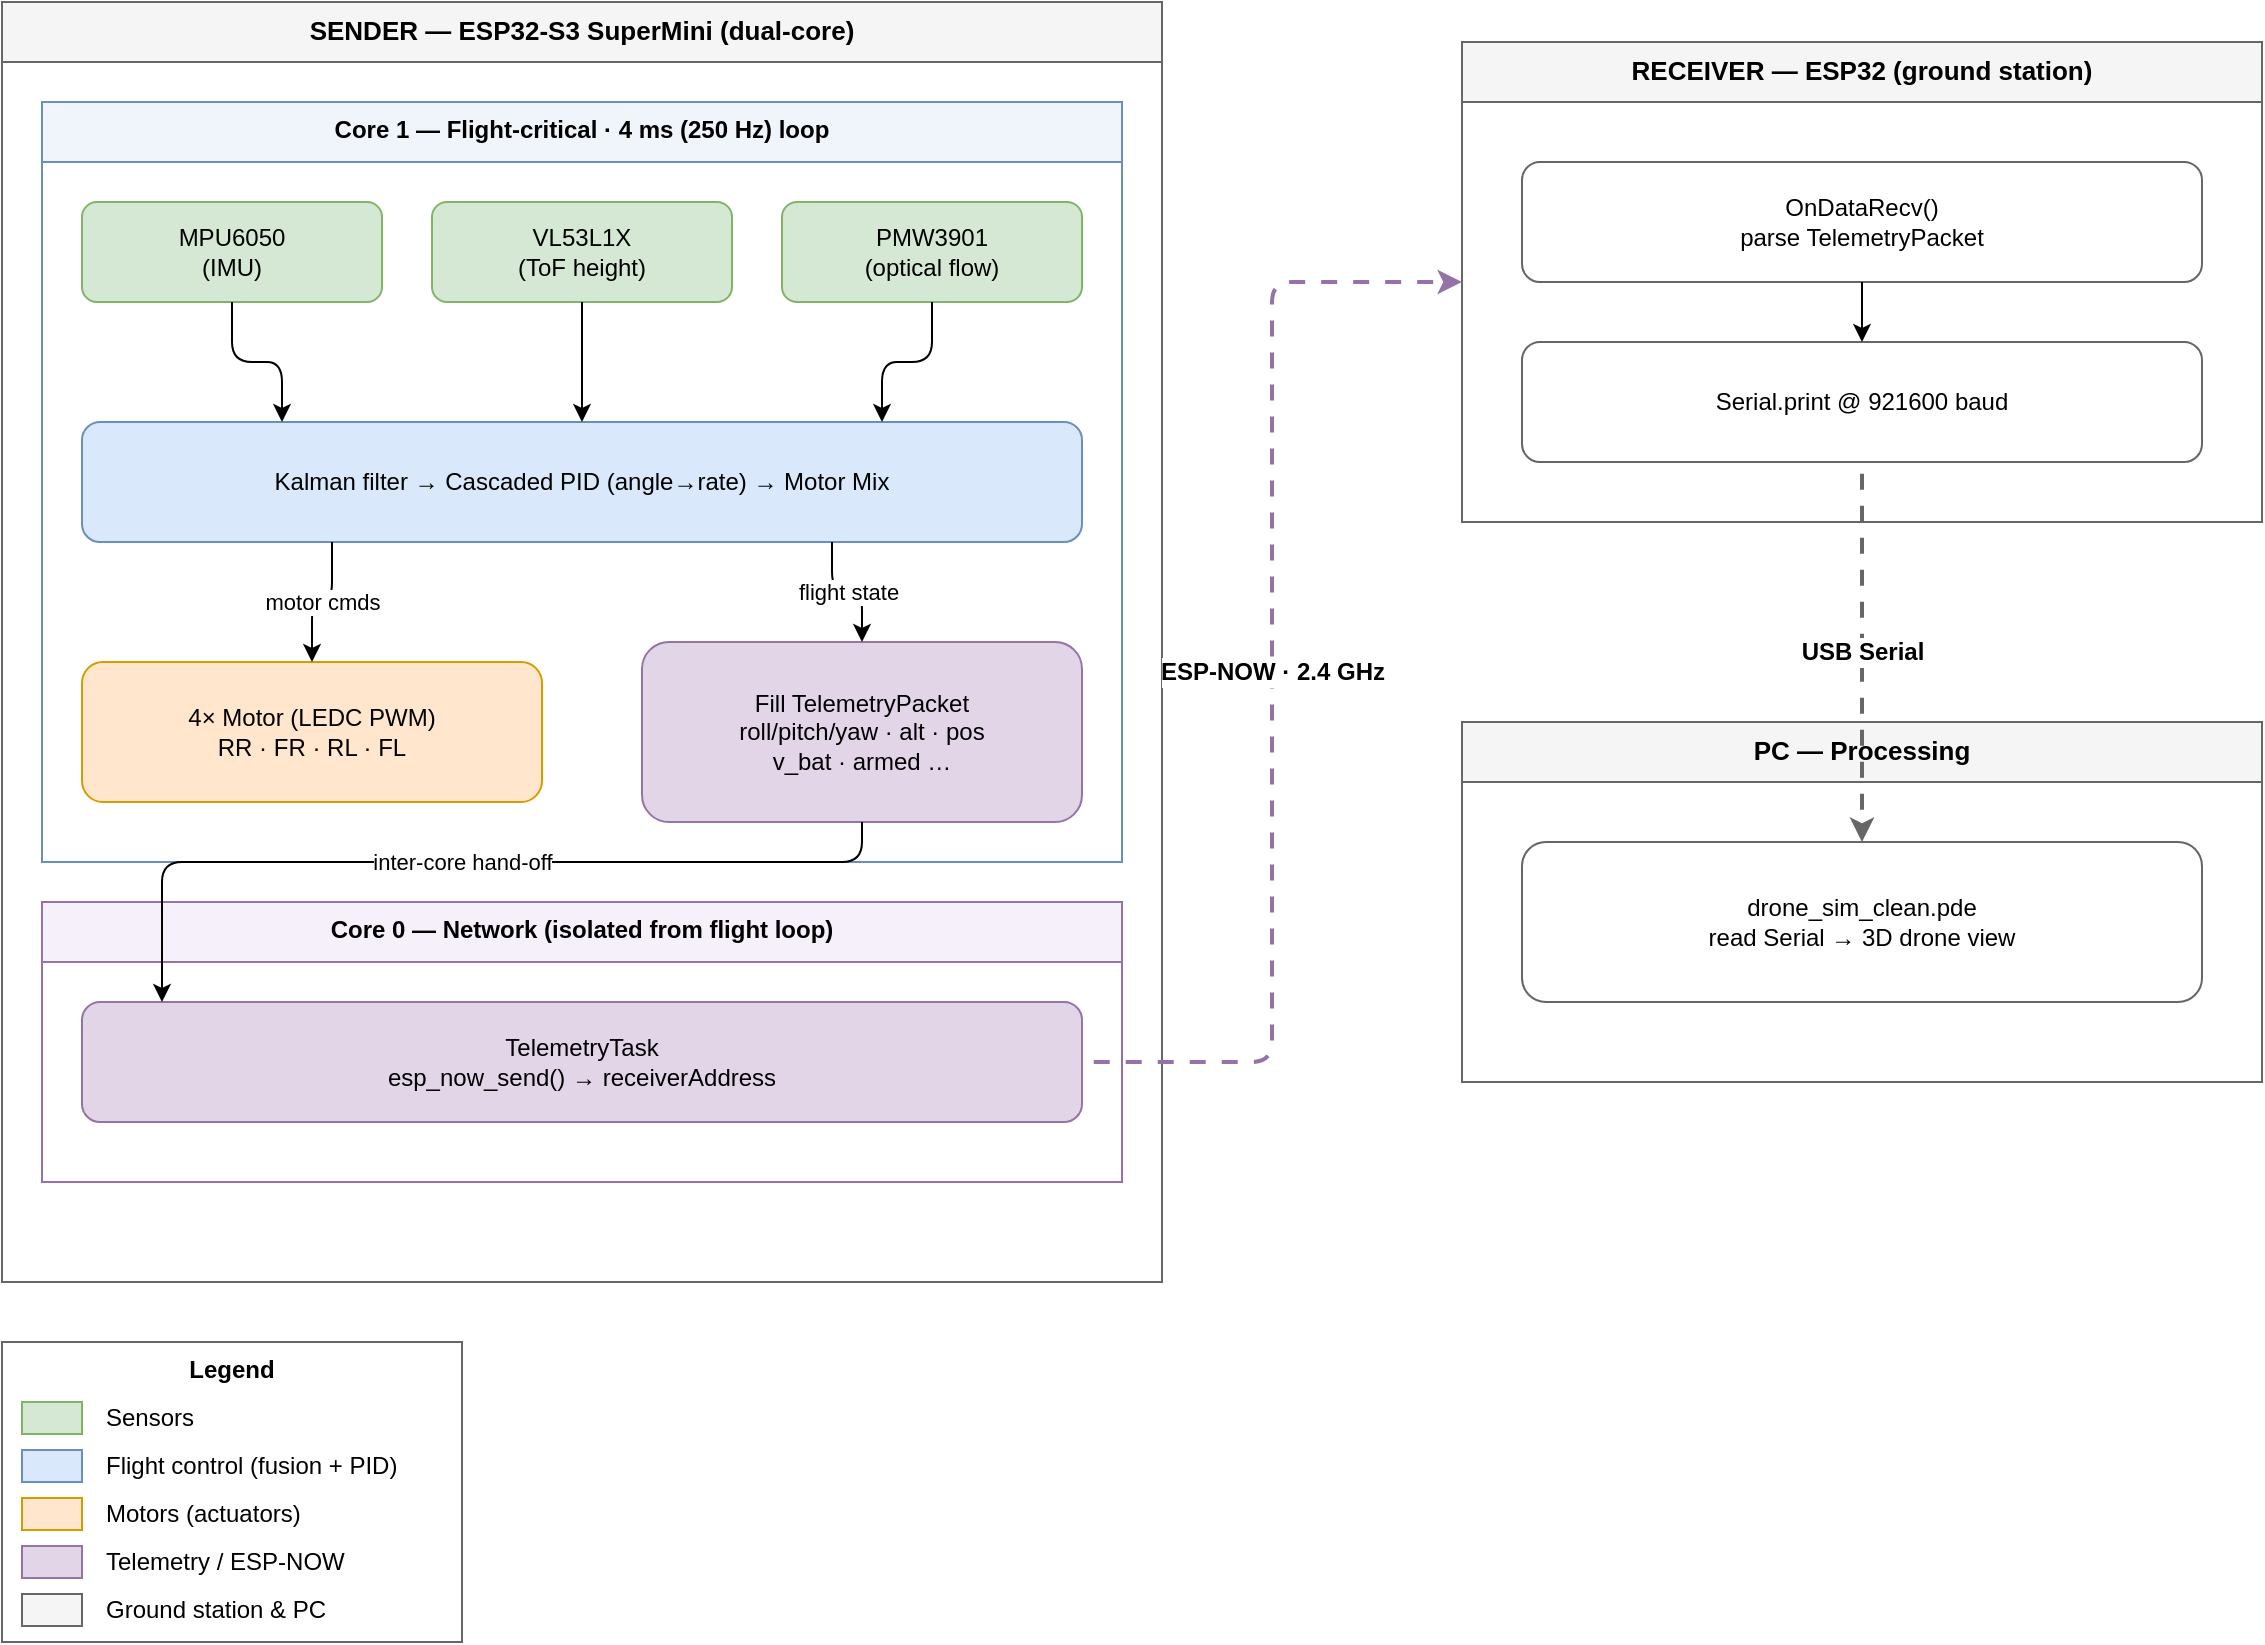
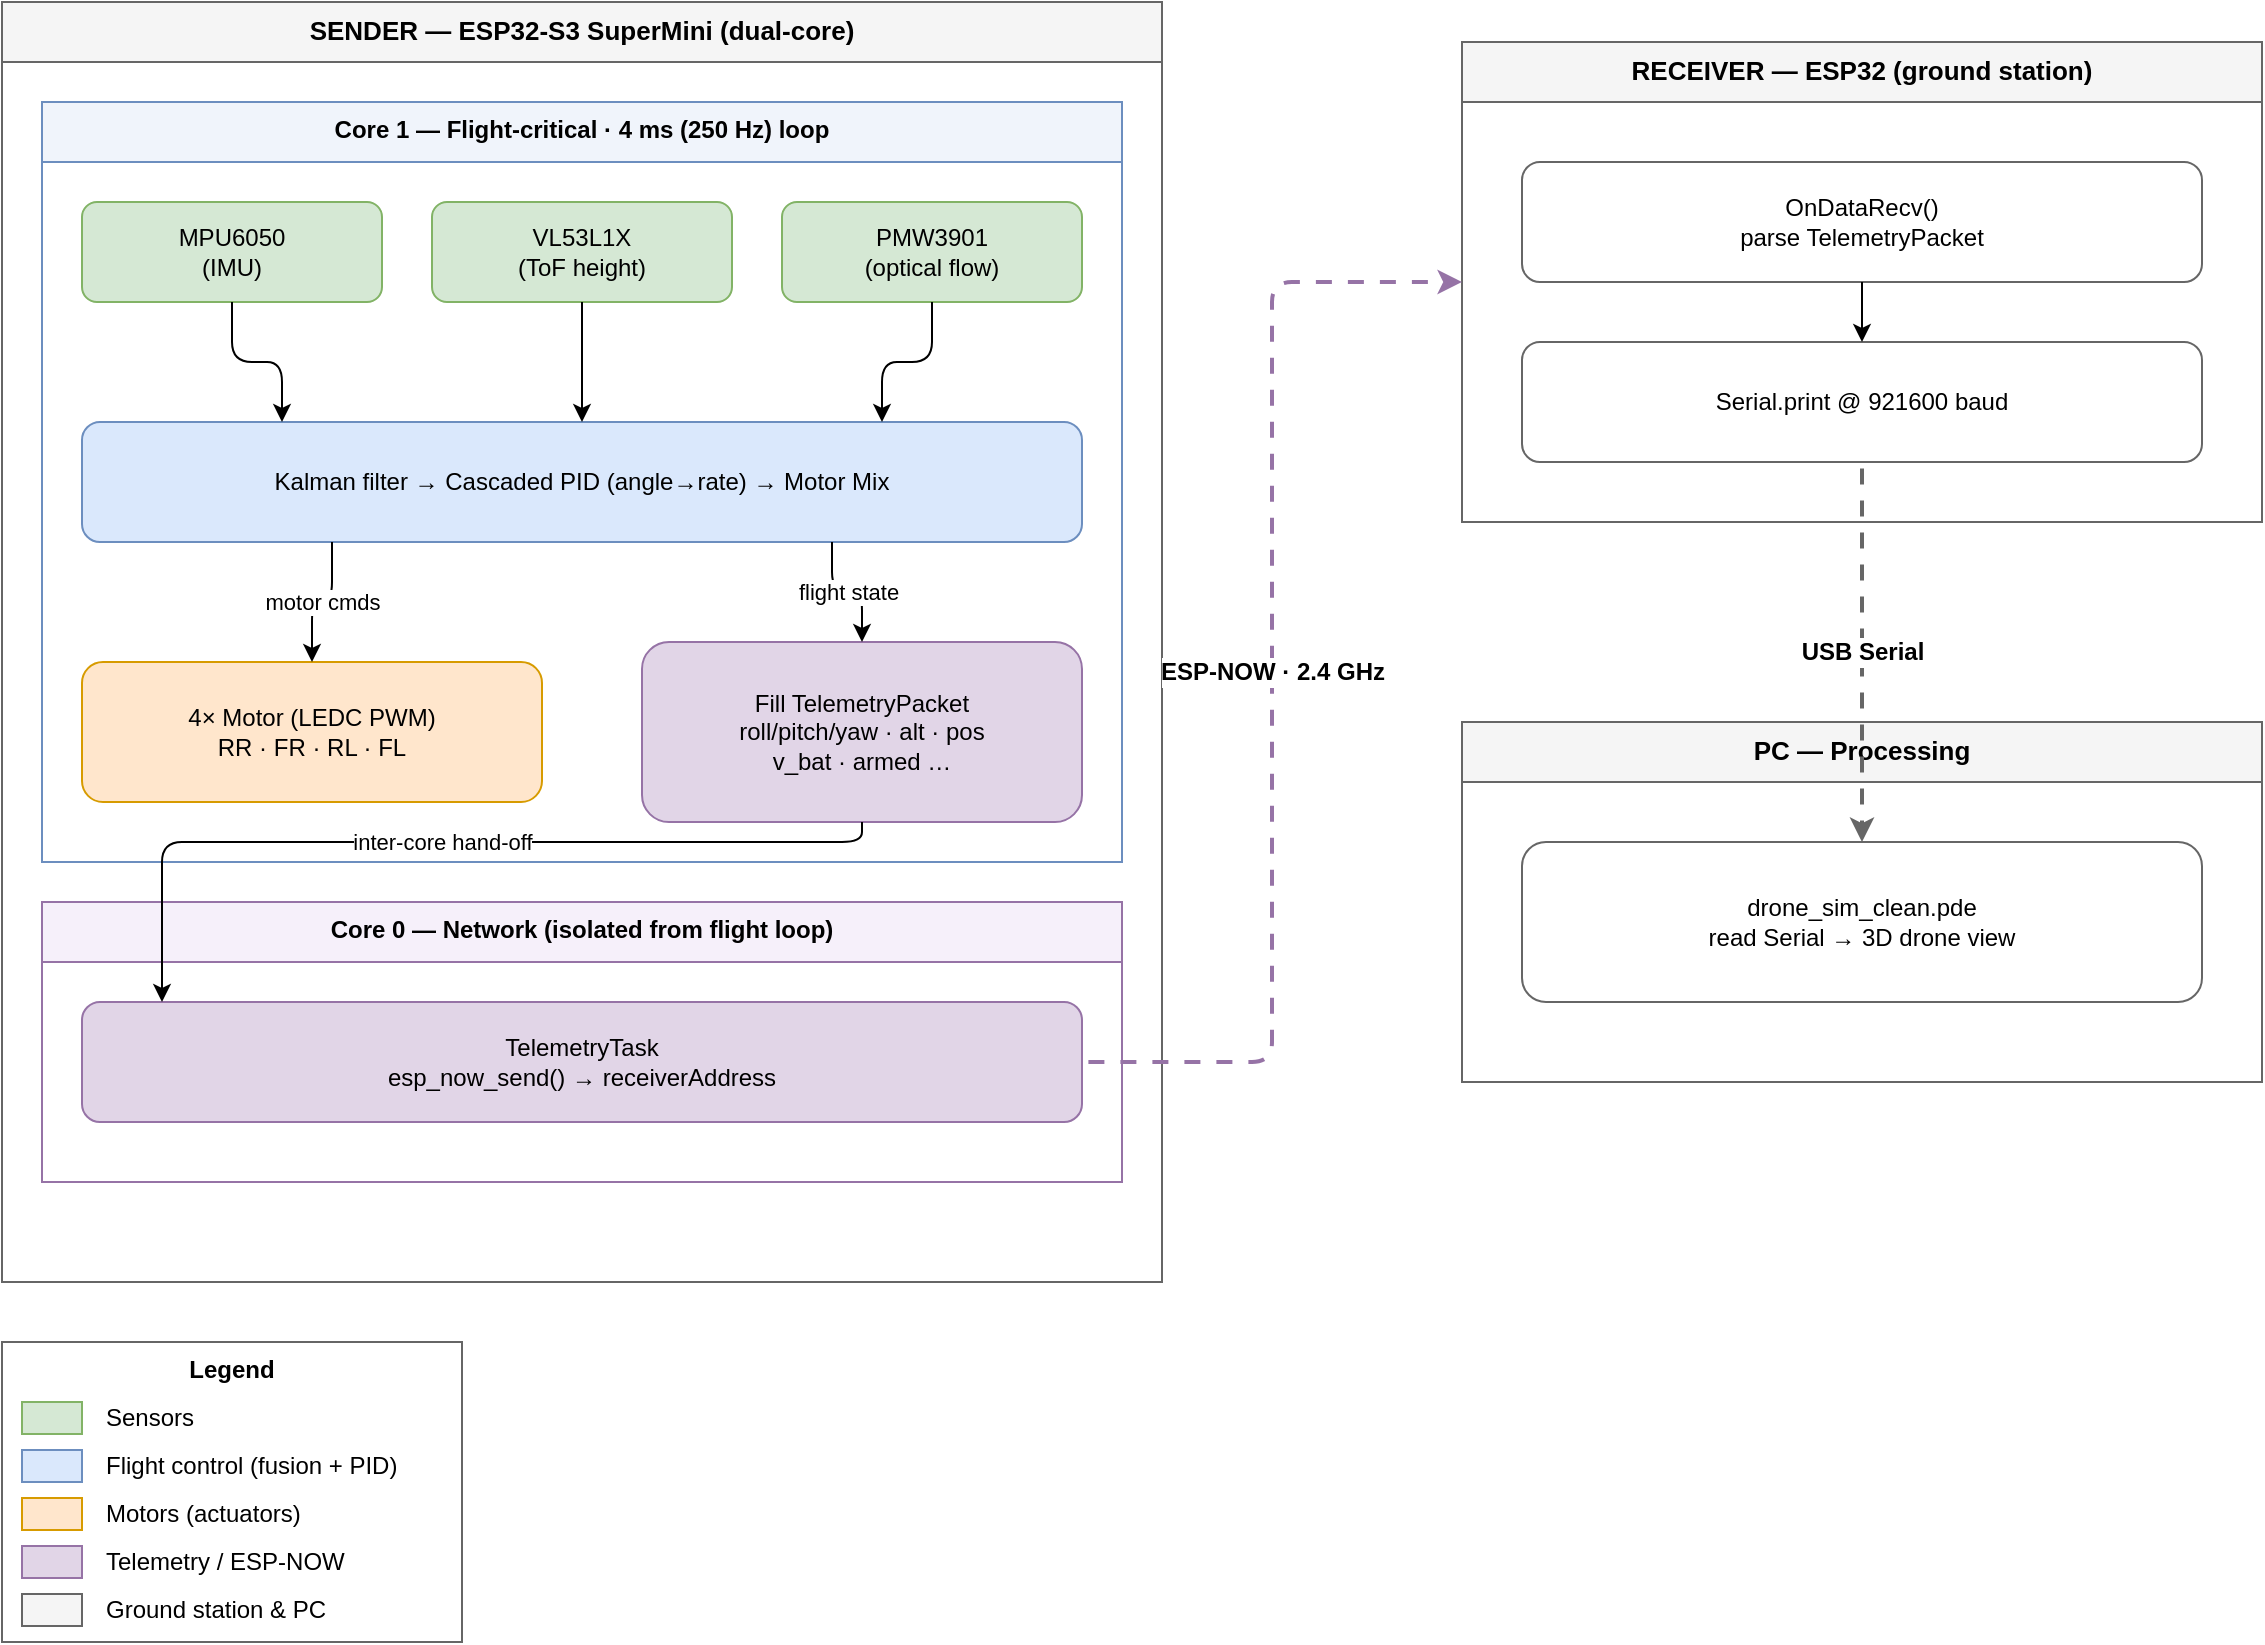
- <?xml version="1.0" encoding="UTF-8"?>
- <mxfile host="drawio" version="26.0.0">
-   <diagram name="Sender-Receiver-Flow">
-     <mxGraphModel dx="1200" dy="800" grid="1" gridSize="10" guides="1" tooltips="1" connect="1" arrows="1" fold="1" page="1" pageScale="1" math="0" shadow="0">
+ <mxfile host="app.diagrams.net">
+   <diagram name="Sender-Receiver-Flow" id="0">
+     <mxGraphModel dx="1287" dy="722" grid="1" gridSize="10" guides="1" tooltips="1" connect="1" arrows="1" fold="1" page="1" pageScale="1" pageWidth="827" pageHeight="1169" math="0" shadow="0">
      <root>
        <mxCell id="0" />
        <mxCell id="1" parent="0" />
- 
-         <!-- ============ SENDER ============ -->
-         <mxCell id="sender" value="SENDER — ESP32-S3 SuperMini (dual-core)" style="swimlane;startSize=30;html=1;whiteSpace=wrap;fillColor=#f5f5f5;strokeColor=#666666;fontStyle=1;fontSize=13;verticalAlign=top;" vertex="1" parent="1">
-           <mxGeometry x="40" y="40" width="580" height="640" as="geometry" />
+         <mxCell id="sender" parent="1" style="swimlane;startSize=30;html=1;whiteSpace=wrap;fillColor=#f5f5f5;strokeColor=#666666;fontStyle=1;fontSize=13;verticalAlign=top;" value="SENDER — ESP32-S3 SuperMini (dual-core)" vertex="1">
+           <mxGeometry height="640" width="580" x="40" y="40" as="geometry" />
        </mxCell>
- 
-         <!-- Core 1 lane -->
-         <mxCell id="core1" value="Core 1 — Flight-critical · 4 ms (250 Hz) loop" style="swimlane;startSize=30;html=1;whiteSpace=wrap;fillColor=#f0f4fb;strokeColor=#6c8ebf;fontStyle=1;fontSize=12;verticalAlign=top;" vertex="1" parent="sender">
-           <mxGeometry x="20" y="50" width="540" height="380" as="geometry" />
+         <mxCell id="core1" parent="sender" style="swimlane;startSize=30;html=1;whiteSpace=wrap;fillColor=#f0f4fb;strokeColor=#6c8ebf;fontStyle=1;fontSize=12;verticalAlign=top;" value="Core 1 — Flight-critical · 4 ms (250 Hz) loop" vertex="1">
+           <mxGeometry height="380" width="540" x="20" y="50" as="geometry" />
        </mxCell>
-         <mxCell id="mpu" value="MPU6050&#xa;(IMU)" style="rounded=1;whiteSpace=wrap;html=1;fillColor=#d5e8d4;strokeColor=#82b366;" vertex="1" parent="core1">
-           <mxGeometry x="20" y="50" width="150" height="50" as="geometry" />
+         <mxCell id="mpu" parent="core1" style="rounded=1;whiteSpace=wrap;html=1;fillColor=#d5e8d4;strokeColor=#82b366;" value="MPU6050&#xa;(IMU)" vertex="1">
+           <mxGeometry height="50" width="150" x="20" y="50" as="geometry" />
        </mxCell>
-         <mxCell id="vl53" value="VL53L1X&#xa;(ToF height)" style="rounded=1;whiteSpace=wrap;html=1;fillColor=#d5e8d4;strokeColor=#82b366;" vertex="1" parent="core1">
-           <mxGeometry x="195" y="50" width="150" height="50" as="geometry" />
+         <mxCell id="vl53" parent="core1" style="rounded=1;whiteSpace=wrap;html=1;fillColor=#d5e8d4;strokeColor=#82b366;" value="VL53L1X&#xa;(ToF height)" vertex="1">
+           <mxGeometry height="50" width="150" x="195" y="50" as="geometry" />
        </mxCell>
-         <mxCell id="pmw" value="PMW3901&#xa;(optical flow)" style="rounded=1;whiteSpace=wrap;html=1;fillColor=#d5e8d4;strokeColor=#82b366;" vertex="1" parent="core1">
-           <mxGeometry x="370" y="50" width="150" height="50" as="geometry" />
+         <mxCell id="pmw" parent="core1" style="rounded=1;whiteSpace=wrap;html=1;fillColor=#d5e8d4;strokeColor=#82b366;" value="PMW3901&#xa;(optical flow)" vertex="1">
+           <mxGeometry height="50" width="150" x="370" y="50" as="geometry" />
        </mxCell>
-         <mxCell id="ctrl" value="Kalman filter → Cascaded PID (angle→rate) → Motor Mix" style="rounded=1;whiteSpace=wrap;html=1;fillColor=#dae8fc;strokeColor=#6c8ebf;" vertex="1" parent="core1">
-           <mxGeometry x="20" y="160" width="500" height="60" as="geometry" />
+         <mxCell id="ctrl" parent="core1" style="rounded=1;whiteSpace=wrap;html=1;fillColor=#dae8fc;strokeColor=#6c8ebf;" value="Kalman filter → Cascaded PID (angle→rate) → Motor Mix" vertex="1">
+           <mxGeometry height="60" width="500" x="20" y="160" as="geometry" />
        </mxCell>
-         <mxCell id="motors" value="4× Motor (LEDC PWM)&#xa;RR · FR · RL · FL" style="rounded=1;whiteSpace=wrap;html=1;fillColor=#ffe6cc;strokeColor=#d79b00;" vertex="1" parent="core1">
-           <mxGeometry x="20" y="280" width="230" height="70" as="geometry" />
+         <mxCell id="motors" parent="core1" style="rounded=1;whiteSpace=wrap;html=1;fillColor=#ffe6cc;strokeColor=#d79b00;" value="4× Motor (LEDC PWM)&#xa;RR · FR · RL · FL" vertex="1">
+           <mxGeometry height="70" width="230" x="20" y="280" as="geometry" />
        </mxCell>
-         <mxCell id="packet" value="Fill TelemetryPacket&#xa;roll/pitch/yaw · alt · pos&#xa;v_bat · armed …" style="rounded=1;whiteSpace=wrap;html=1;fillColor=#e1d5e7;strokeColor=#9673a6;" vertex="1" parent="core1">
-           <mxGeometry x="300" y="270" width="220" height="90" as="geometry" />
+         <mxCell id="packet" parent="core1" style="rounded=1;whiteSpace=wrap;html=1;fillColor=#e1d5e7;strokeColor=#9673a6;" value="Fill TelemetryPacket&#xa;roll/pitch/yaw · alt · pos&#xa;v_bat · armed …" vertex="1">
+           <mxGeometry height="90" width="220" x="300" y="270" as="geometry" />
        </mxCell>
- 
-         <!-- Core 0 lane -->
-         <mxCell id="core0" value="Core 0 — Network (isolated from flight loop)" style="swimlane;startSize=30;html=1;whiteSpace=wrap;fillColor=#f6f0fa;strokeColor=#9673a6;fontStyle=1;fontSize=12;verticalAlign=top;" vertex="1" parent="sender">
-           <mxGeometry x="20" y="450" width="540" height="140" as="geometry" />
-         </mxCell>
-         <mxCell id="espnow_send" value="TelemetryTask&#xa;esp_now_send() → receiverAddress" style="rounded=1;whiteSpace=wrap;html=1;fillColor=#e1d5e7;strokeColor=#9673a6;" vertex="1" parent="core0">
-           <mxGeometry x="20" y="50" width="500" height="60" as="geometry" />
-         </mxCell>
- 
-         <!-- ============ RECEIVER ============ -->
-         <mxCell id="recv" value="RECEIVER — ESP32 (ground station)" style="swimlane;startSize=30;html=1;whiteSpace=wrap;fillColor=#f5f5f5;strokeColor=#666666;fontStyle=1;fontSize=13;verticalAlign=top;" vertex="1" parent="1">
-           <mxGeometry x="770" y="60" width="400" height="240" as="geometry" />
-         </mxCell>
-         <mxCell id="ondata" value="OnDataRecv()&#xa;parse TelemetryPacket" style="rounded=1;whiteSpace=wrap;html=1;fillColor=#ffffff;strokeColor=#666666;" vertex="1" parent="recv">
-           <mxGeometry x="30" y="60" width="340" height="60" as="geometry" />
-         </mxCell>
-         <mxCell id="serial" value="Serial.print @ 921600 baud" style="rounded=1;whiteSpace=wrap;html=1;fillColor=#ffffff;strokeColor=#666666;" vertex="1" parent="recv">
-           <mxGeometry x="30" y="150" width="340" height="60" as="geometry" />
-         </mxCell>
- 
-         <!-- ============ PC ============ -->
-         <mxCell id="pc" value="PC — Processing" style="swimlane;startSize=30;html=1;whiteSpace=wrap;fillColor=#f5f5f5;strokeColor=#666666;fontStyle=1;fontSize=13;verticalAlign=top;" vertex="1" parent="1">
-           <mxGeometry x="770" y="400" width="400" height="180" as="geometry" />
-         </mxCell>
-         <mxCell id="sim" value="drone_sim_clean.pde&#xa;read Serial → 3D drone view" style="rounded=1;whiteSpace=wrap;html=1;fillColor=#ffffff;strokeColor=#666666;" vertex="1" parent="pc">
-           <mxGeometry x="30" y="60" width="340" height="80" as="geometry" />
-         </mxCell>
- 
-         <!-- ============ EDGES ============ -->
-         <!-- sensors -> control -->
-         <mxCell id="e1" style="edgeStyle=orthogonalEdgeStyle;rounded=1;orthogonalLoop=1;jettySize=auto;html=1;exitX=0.5;exitY=1;exitDx=0;exitDy=0;entryX=0.2;entryY=0;entryDx=0;entryDy=0;" edge="1" parent="core1" source="mpu" target="ctrl">
+         <mxCell id="e1" edge="1" parent="core1" source="mpu" style="edgeStyle=orthogonalEdgeStyle;rounded=1;orthogonalLoop=1;jettySize=auto;html=1;exitX=0.5;exitY=1;exitDx=0;exitDy=0;entryX=0.2;entryY=0;entryDx=0;entryDy=0;" target="ctrl">
          <mxGeometry relative="1" as="geometry" />
        </mxCell>
-         <mxCell id="e2" style="edgeStyle=orthogonalEdgeStyle;rounded=1;orthogonalLoop=1;jettySize=auto;html=1;exitX=0.5;exitY=1;exitDx=0;exitDy=0;entryX=0.5;entryY=0;entryDx=0;entryDy=0;" edge="1" parent="core1" source="vl53" target="ctrl">
+         <mxCell id="e2" edge="1" parent="core1" source="vl53" style="edgeStyle=orthogonalEdgeStyle;rounded=1;orthogonalLoop=1;jettySize=auto;html=1;exitX=0.5;exitY=1;exitDx=0;exitDy=0;entryX=0.5;entryY=0;entryDx=0;entryDy=0;" target="ctrl">
          <mxGeometry relative="1" as="geometry" />
        </mxCell>
-         <mxCell id="e3" style="edgeStyle=orthogonalEdgeStyle;rounded=1;orthogonalLoop=1;jettySize=auto;html=1;exitX=0.5;exitY=1;exitDx=0;exitDy=0;entryX=0.8;entryY=0;entryDx=0;entryDy=0;" edge="1" parent="core1" source="pmw" target="ctrl">
+         <mxCell id="e3" edge="1" parent="core1" source="pmw" style="edgeStyle=orthogonalEdgeStyle;rounded=1;orthogonalLoop=1;jettySize=auto;html=1;exitX=0.5;exitY=1;exitDx=0;exitDy=0;entryX=0.8;entryY=0;entryDx=0;entryDy=0;" target="ctrl">
          <mxGeometry relative="1" as="geometry" />
        </mxCell>
-         <!-- control -> motors -->
-         <mxCell id="e4" value="motor cmds" style="edgeStyle=orthogonalEdgeStyle;rounded=1;orthogonalLoop=1;jettySize=auto;html=1;fontSize=11;labelBackgroundColor=#ffffff;exitX=0.25;exitY=1;exitDx=0;exitDy=0;entryX=0.5;entryY=0;entryDx=0;entryDy=0;" edge="1" parent="core1" source="ctrl" target="motors">
+         <mxCell id="e4" edge="1" parent="core1" source="ctrl" style="edgeStyle=orthogonalEdgeStyle;rounded=1;orthogonalLoop=1;jettySize=auto;html=1;fontSize=11;labelBackgroundColor=#ffffff;exitX=0.25;exitY=1;exitDx=0;exitDy=0;entryX=0.5;entryY=0;entryDx=0;entryDy=0;" target="motors" value="motor cmds">
          <mxGeometry relative="1" as="geometry" />
        </mxCell>
-         <!-- control -> packet -->
-         <mxCell id="e5" value="flight state" style="edgeStyle=orthogonalEdgeStyle;rounded=1;orthogonalLoop=1;jettySize=auto;html=1;fontSize=11;labelBackgroundColor=#ffffff;exitX=0.75;exitY=1;exitDx=0;exitDy=0;entryX=0.5;entryY=0;entryDx=0;entryDy=0;" edge="1" parent="core1" source="ctrl" target="packet">
+         <mxCell id="e5" edge="1" parent="core1" source="ctrl" style="edgeStyle=orthogonalEdgeStyle;rounded=1;orthogonalLoop=1;jettySize=auto;html=1;fontSize=11;labelBackgroundColor=#ffffff;exitX=0.75;exitY=1;exitDx=0;exitDy=0;entryX=0.5;entryY=0;entryDx=0;entryDy=0;" target="packet" value="flight state">
          <mxGeometry relative="1" as="geometry" />
        </mxCell>
-         <!-- packet -> core0 (cross-lane hand-off) -->
-         <mxCell id="e6" value="inter-core hand-off" style="edgeStyle=orthogonalEdgeStyle;rounded=1;orthogonalLoop=1;jettySize=auto;html=1;fontSize=11;labelBackgroundColor=#ffffff;exitX=0.5;exitY=1;exitDx=0;exitDy=0;entryX=0.08;entryY=0;entryDx=0;entryDy=0;" edge="1" parent="1" source="packet" target="espnow_send">
+         <mxCell id="core0" parent="sender" style="swimlane;startSize=30;html=1;whiteSpace=wrap;fillColor=#f6f0fa;strokeColor=#9673a6;fontStyle=1;fontSize=12;verticalAlign=top;" value="Core 0 — Network (isolated from flight loop)" vertex="1">
+           <mxGeometry height="140" width="540" x="20" y="450" as="geometry" />
+         </mxCell>
+         <mxCell id="espnow_send" parent="core0" style="rounded=1;whiteSpace=wrap;html=1;fillColor=#e1d5e7;strokeColor=#9673a6;" value="TelemetryTask&#xa;esp_now_send() → receiverAddress" vertex="1">
+           <mxGeometry height="60" width="500" x="20" y="50" as="geometry" />
+         </mxCell>
+         <mxCell id="recv" parent="1" style="swimlane;startSize=30;html=1;whiteSpace=wrap;fillColor=#f5f5f5;strokeColor=#666666;fontStyle=1;fontSize=13;verticalAlign=top;" value="RECEIVER — ESP32 (ground station)" vertex="1">
+           <mxGeometry height="240" width="400" x="770" y="60" as="geometry" />
+         </mxCell>
+         <mxCell id="ondata" parent="recv" style="rounded=1;whiteSpace=wrap;html=1;fillColor=#ffffff;strokeColor=#666666;" value="OnDataRecv()&#xa;parse TelemetryPacket" vertex="1">
+           <mxGeometry height="60" width="340" x="30" y="60" as="geometry" />
+         </mxCell>
+         <mxCell id="serial" parent="recv" style="rounded=1;whiteSpace=wrap;html=1;fillColor=#ffffff;strokeColor=#666666;" value="Serial.print @ 921600 baud" vertex="1">
+           <mxGeometry height="60" width="340" x="30" y="150" as="geometry" />
+         </mxCell>
+         <mxCell id="e8" edge="1" parent="recv" source="ondata" style="edgeStyle=orthogonalEdgeStyle;rounded=1;orthogonalLoop=1;jettySize=auto;html=1;exitX=0.5;exitY=1;exitDx=0;exitDy=0;entryX=0.5;entryY=0;entryDx=0;entryDy=0;" target="serial">
+           <mxGeometry relative="1" as="geometry" />
+         </mxCell>
+         <mxCell id="pc" parent="1" style="swimlane;startSize=30;html=1;whiteSpace=wrap;fillColor=#f5f5f5;strokeColor=#666666;fontStyle=1;fontSize=13;verticalAlign=top;" value="PC — Processing" vertex="1">
+           <mxGeometry height="180" width="400" x="770" y="400" as="geometry" />
+         </mxCell>
+         <mxCell id="sim" parent="pc" style="rounded=1;whiteSpace=wrap;html=1;fillColor=#ffffff;strokeColor=#666666;" value="drone_sim_clean.pde&#xa;read Serial → 3D drone view" vertex="1">
+           <mxGeometry height="80" width="340" x="30" y="60" as="geometry" />
+         </mxCell>
+         <mxCell id="e6" edge="1" parent="1" source="packet" style="edgeStyle=orthogonalEdgeStyle;rounded=1;orthogonalLoop=1;jettySize=auto;html=1;fontSize=11;labelBackgroundColor=#ffffff;exitX=0.5;exitY=1;exitDx=0;exitDy=0;entryX=0.08;entryY=0;entryDx=0;entryDy=0;" target="espnow_send" value="inter-core hand-off">
          <mxGeometry relative="1" as="geometry">
            <Array as="points">
-               <mxPoint x="470" y="470" />
-               <mxPoint x="120" y="470" />
+               <mxPoint x="470" y="460" />
+               <mxPoint x="120" y="460" />
            </Array>
          </mxGeometry>
        </mxCell>
-         <!-- ESP-NOW wireless hop -->
-         <mxCell id="e7" value="ESP-NOW · 2.4 GHz" style="edgeStyle=orthogonalEdgeStyle;rounded=1;orthogonalLoop=1;jettySize=auto;html=1;flowAnimation=1;strokeColor=#9673a6;strokeWidth=2;fontSize=12;fontStyle=1;labelBackgroundColor=#ffffff;exitX=1;exitY=0.5;exitDx=0;exitDy=0;entryX=0;entryY=0.5;entryDx=0;entryDy=0;" edge="1" parent="1" source="espnow_send" target="recv">
+         <mxCell id="e7" edge="1" parent="1" source="espnow_send" style="edgeStyle=orthogonalEdgeStyle;rounded=1;orthogonalLoop=1;jettySize=auto;html=1;flowAnimation=1;strokeColor=#9673a6;strokeWidth=2;fontSize=12;fontStyle=1;labelBackgroundColor=#ffffff;exitX=1;exitY=0.5;exitDx=0;exitDy=0;entryX=0;entryY=0.5;entryDx=0;entryDy=0;" target="recv" value="ESP-NOW · 2.4 GHz">
          <mxGeometry relative="1" as="geometry" />
        </mxCell>
-         <!-- receiver internal -->
-         <mxCell id="e8" style="edgeStyle=orthogonalEdgeStyle;rounded=1;orthogonalLoop=1;jettySize=auto;html=1;exitX=0.5;exitY=1;exitDx=0;exitDy=0;entryX=0.5;entryY=0;entryDx=0;entryDy=0;" edge="1" parent="recv" source="ondata" target="serial">
+         <mxCell id="e9" edge="1" parent="1" source="serial" style="edgeStyle=orthogonalEdgeStyle;rounded=1;orthogonalLoop=1;jettySize=auto;html=1;flowAnimation=1;strokeColor=#666666;strokeWidth=2;fontSize=12;fontStyle=1;labelBackgroundColor=#ffffff;exitX=0.5;exitY=1;exitDx=0;exitDy=0;entryX=0.5;entryY=0;entryDx=0;entryDy=0;" target="sim" value="USB Serial">
          <mxGeometry relative="1" as="geometry" />
        </mxCell>
-         <!-- receiver -> PC over USB -->
-         <mxCell id="e9" value="USB Serial" style="edgeStyle=orthogonalEdgeStyle;rounded=1;orthogonalLoop=1;jettySize=auto;html=1;flowAnimation=1;strokeColor=#666666;strokeWidth=2;fontSize=12;fontStyle=1;labelBackgroundColor=#ffffff;exitX=0.5;exitY=1;exitDx=0;exitDy=0;entryX=0.5;entryY=0;entryDx=0;entryDy=0;" edge="1" parent="1" source="serial" target="sim">
-           <mxGeometry relative="1" as="geometry" />
+         <mxCell id="legend" parent="1" style="rounded=0;whiteSpace=wrap;html=1;fillColor=none;strokeColor=#666666;verticalAlign=top;fontStyle=1;" value="Legend" vertex="1">
+           <mxGeometry height="150" width="230" x="40" y="710" as="geometry" />
        </mxCell>
- 
-         <!-- ============ LEGEND ============ -->
-         <mxCell id="legend" value="Legend" style="rounded=0;whiteSpace=wrap;html=1;fillColor=none;strokeColor=#666666;verticalAlign=top;fontStyle=1;" vertex="1" parent="1">
-           <mxGeometry x="40" y="710" width="230" height="150" as="geometry" />
+         <mxCell id="lg1" parent="legend" style="rounded=0;html=1;fillColor=#d5e8d4;strokeColor=#82b366;" value="" vertex="1">
+           <mxGeometry height="16" width="30" x="10" y="30" as="geometry" />
        </mxCell>
-         <mxCell id="lg1" value="" style="rounded=0;html=1;fillColor=#d5e8d4;strokeColor=#82b366;" vertex="1" parent="legend">
-           <mxGeometry x="10" y="30" width="30" height="16" as="geometry" />
+         <mxCell id="lg1t" parent="legend" style="text;html=1;align=left;verticalAlign=middle;" value="Sensors" vertex="1">
+           <mxGeometry height="20" width="170" x="50" y="28" as="geometry" />
        </mxCell>
-         <mxCell id="lg1t" value="Sensors" style="text;html=1;align=left;verticalAlign=middle;" vertex="1" parent="legend">
-           <mxGeometry x="50" y="28" width="170" height="20" as="geometry" />
+         <mxCell id="lg2" parent="legend" style="rounded=0;html=1;fillColor=#dae8fc;strokeColor=#6c8ebf;" value="" vertex="1">
+           <mxGeometry height="16" width="30" x="10" y="54" as="geometry" />
        </mxCell>
-         <mxCell id="lg2" value="" style="rounded=0;html=1;fillColor=#dae8fc;strokeColor=#6c8ebf;" vertex="1" parent="legend">
-           <mxGeometry x="10" y="54" width="30" height="16" as="geometry" />
+         <mxCell id="lg2t" parent="legend" style="text;html=1;align=left;verticalAlign=middle;" value="Flight control (fusion + PID)" vertex="1">
+           <mxGeometry height="20" width="170" x="50" y="52" as="geometry" />
        </mxCell>
-         <mxCell id="lg2t" value="Flight control (fusion + PID)" style="text;html=1;align=left;verticalAlign=middle;" vertex="1" parent="legend">
-           <mxGeometry x="50" y="52" width="170" height="20" as="geometry" />
+         <mxCell id="lg3" parent="legend" style="rounded=0;html=1;fillColor=#ffe6cc;strokeColor=#d79b00;" value="" vertex="1">
+           <mxGeometry height="16" width="30" x="10" y="78" as="geometry" />
        </mxCell>
-         <mxCell id="lg3" value="" style="rounded=0;html=1;fillColor=#ffe6cc;strokeColor=#d79b00;" vertex="1" parent="legend">
-           <mxGeometry x="10" y="78" width="30" height="16" as="geometry" />
+         <mxCell id="lg3t" parent="legend" style="text;html=1;align=left;verticalAlign=middle;" value="Motors (actuators)" vertex="1">
+           <mxGeometry height="20" width="170" x="50" y="76" as="geometry" />
        </mxCell>
-         <mxCell id="lg3t" value="Motors (actuators)" style="text;html=1;align=left;verticalAlign=middle;" vertex="1" parent="legend">
-           <mxGeometry x="50" y="76" width="170" height="20" as="geometry" />
+         <mxCell id="lg4" parent="legend" style="rounded=0;html=1;fillColor=#e1d5e7;strokeColor=#9673a6;" value="" vertex="1">
+           <mxGeometry height="16" width="30" x="10" y="102" as="geometry" />
        </mxCell>
-         <mxCell id="lg4" value="" style="rounded=0;html=1;fillColor=#e1d5e7;strokeColor=#9673a6;" vertex="1" parent="legend">
-           <mxGeometry x="10" y="102" width="30" height="16" as="geometry" />
+         <mxCell id="lg4t" parent="legend" style="text;html=1;align=left;verticalAlign=middle;" value="Telemetry / ESP-NOW" vertex="1">
+           <mxGeometry height="20" width="170" x="50" y="100" as="geometry" />
        </mxCell>
-         <mxCell id="lg4t" value="Telemetry / ESP-NOW" style="text;html=1;align=left;verticalAlign=middle;" vertex="1" parent="legend">
-           <mxGeometry x="50" y="100" width="170" height="20" as="geometry" />
+         <mxCell id="lg5" parent="legend" style="rounded=0;html=1;fillColor=#f5f5f5;strokeColor=#666666;" value="" vertex="1">
+           <mxGeometry height="16" width="30" x="10" y="126" as="geometry" />
        </mxCell>
-         <mxCell id="lg5" value="" style="rounded=0;html=1;fillColor=#f5f5f5;strokeColor=#666666;" vertex="1" parent="legend">
-           <mxGeometry x="10" y="126" width="30" height="16" as="geometry" />
+         <mxCell id="lg5t" parent="legend" style="text;html=1;align=left;verticalAlign=middle;" value="Ground station &amp; PC" vertex="1">
+           <mxGeometry height="20" width="170" x="50" y="124" as="geometry" />
        </mxCell>
-         <mxCell id="lg5t" value="Ground station &amp; PC" style="text;html=1;align=left;verticalAlign=middle;" vertex="1" parent="legend">
-           <mxGeometry x="50" y="124" width="170" height="20" as="geometry" />
-         </mxCell>
- 
      </root>
    </mxGraphModel>
  </diagram>
</mxfile>
